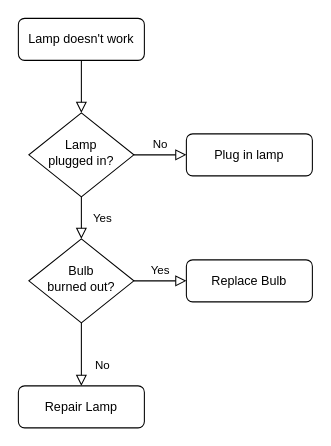
The draw.io diagram Untitled Diagram.drawio in MrNastuki/MrNastuki, before the edit. Source tidied: cells renumbered, new cells numbered last; positions are measured from the earlier drawing's top-left corner, leaving out a move shared by most shapes. Both pictures are drawn from the tidied source at 105%, with x=0, y=0 at pixel (18, 18).
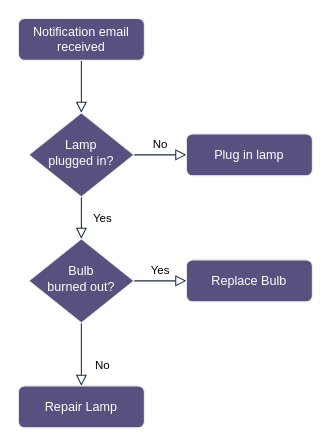
The same page after the edit.

Change to the diagram source:
```diff
@@
 <mxGraphModel>
   <root>
     <mxCell id="0" />
     <mxCell id="1" parent="0" />
-    <mxCell id="2" style="rounded=0;html=1;jettySize=auto;fontSize=11;endArrow=block;endFill=0;endSize=8;strokeWidth=1;shadow=0;labelBackgroundColor=none;edgeStyle=orthogonalEdgeStyle;" parent="1" edge="1" source="3" target="6">
+    <mxCell id="2" style="rounded=0;html=1;jettySize=auto;fontSize=11;endArrow=block;endFill=0;endSize=8;strokeWidth=1;shadow=0;labelBackgroundColor=none;edgeStyle=orthogonalEdgeStyle;strokeColor=#182E3E;fontColor=default;" parent="1" edge="1" source="3" target="6">
       <mxGeometry relative="1" as="geometry" />
     </mxCell>
-    <mxCell id="3" value="Lamp doesn't work" style="rounded=1;whiteSpace=wrap;html=1;fontSize=12;glass=0;strokeWidth=1;shadow=0;" parent="1" vertex="1">
+    <mxCell id="3" value="Notification email received" style="rounded=1;whiteSpace=wrap;html=1;fontSize=12;glass=0;strokeWidth=1;shadow=0;labelBackgroundColor=none;fillColor=#56517E;strokeColor=#EEEEEE;fontColor=#FFFFFF;" parent="1" vertex="1">
       <mxGeometry width="120" height="40" as="geometry" />
     </mxCell>
-    <mxCell id="4" value="Yes" style="rounded=0;html=1;jettySize=auto;fontSize=11;endArrow=block;endFill=0;endSize=8;strokeWidth=1;shadow=0;labelBackgroundColor=none;edgeStyle=orthogonalEdgeStyle;" parent="1" edge="1" source="6" target="10">
+    <mxCell id="4" value="Yes" style="rounded=0;html=1;jettySize=auto;fontSize=11;endArrow=block;endFill=0;endSize=8;strokeWidth=1;shadow=0;labelBackgroundColor=none;edgeStyle=orthogonalEdgeStyle;strokeColor=#182E3E;fontColor=default;" parent="1" edge="1" source="6" target="10">
       <mxGeometry y="20" relative="1" as="geometry" />
     </mxCell>
-    <mxCell id="5" value="No" style="edgeStyle=orthogonalEdgeStyle;rounded=0;html=1;jettySize=auto;fontSize=11;endArrow=block;endFill=0;endSize=8;strokeWidth=1;shadow=0;labelBackgroundColor=none;" parent="1" edge="1" source="6" target="7">
+    <mxCell id="5" value="No" style="edgeStyle=orthogonalEdgeStyle;rounded=0;html=1;jettySize=auto;fontSize=11;endArrow=block;endFill=0;endSize=8;strokeWidth=1;shadow=0;labelBackgroundColor=none;strokeColor=#182E3E;fontColor=default;" parent="1" edge="1" source="6" target="7">
       <mxGeometry y="10" relative="1" as="geometry" />
     </mxCell>
-    <mxCell id="6" value="Lamp&lt;br&gt;plugged in?" style="rhombus;whiteSpace=wrap;html=1;shadow=0;fontFamily=Helvetica;fontSize=12;align=center;strokeWidth=1;spacing=6;spacingTop=-4;" parent="1" vertex="1">
+    <mxCell id="6" value="Lamp&lt;br&gt;plugged in?" style="rhombus;whiteSpace=wrap;html=1;shadow=0;fontFamily=Helvetica;fontSize=12;align=center;strokeWidth=1;spacing=6;spacingTop=-4;labelBackgroundColor=none;fillColor=#56517E;strokeColor=#EEEEEE;fontColor=#FFFFFF;" parent="1" vertex="1">
       <mxGeometry x="10" y="90" width="100" height="80" as="geometry" />
     </mxCell>
-    <mxCell id="7" value="Plug in lamp" style="rounded=1;whiteSpace=wrap;html=1;fontSize=12;glass=0;strokeWidth=1;shadow=0;" parent="1" vertex="1">
+    <mxCell id="7" value="Plug in lamp" style="rounded=1;whiteSpace=wrap;html=1;fontSize=12;glass=0;strokeWidth=1;shadow=0;labelBackgroundColor=none;fillColor=#56517E;strokeColor=#EEEEEE;fontColor=#FFFFFF;" parent="1" vertex="1">
       <mxGeometry x="160" y="110" width="120" height="40" as="geometry" />
     </mxCell>
-    <mxCell id="8" value="No" style="rounded=0;html=1;jettySize=auto;fontSize=11;endArrow=block;endFill=0;endSize=8;strokeWidth=1;shadow=0;labelBackgroundColor=none;edgeStyle=orthogonalEdgeStyle;" parent="1" edge="1" source="10" target="11">
+    <mxCell id="8" value="No" style="rounded=0;html=1;jettySize=auto;fontSize=11;endArrow=block;endFill=0;endSize=8;strokeWidth=1;shadow=0;labelBackgroundColor=none;edgeStyle=orthogonalEdgeStyle;strokeColor=#182E3E;fontColor=default;" parent="1" edge="1" source="10" target="11">
       <mxGeometry x="0.33" y="20" relative="1" as="geometry" />
     </mxCell>
-    <mxCell id="9" value="Yes" style="edgeStyle=orthogonalEdgeStyle;rounded=0;html=1;jettySize=auto;fontSize=11;endArrow=block;endFill=0;endSize=8;strokeWidth=1;shadow=0;labelBackgroundColor=none;" parent="1" edge="1" source="10" target="12">
+    <mxCell id="9" value="Yes" style="edgeStyle=orthogonalEdgeStyle;rounded=0;html=1;jettySize=auto;fontSize=11;endArrow=block;endFill=0;endSize=8;strokeWidth=1;shadow=0;labelBackgroundColor=none;strokeColor=#182E3E;fontColor=default;" parent="1" edge="1" source="10" target="12">
       <mxGeometry y="10" relative="1" as="geometry" />
     </mxCell>
-    <mxCell id="10" value="Bulb&lt;br&gt;burned out?" style="rhombus;whiteSpace=wrap;html=1;shadow=0;fontFamily=Helvetica;fontSize=12;align=center;strokeWidth=1;spacing=6;spacingTop=-4;" parent="1" vertex="1">
+    <mxCell id="10" value="Bulb&lt;br&gt;burned out?" style="rhombus;whiteSpace=wrap;html=1;shadow=0;fontFamily=Helvetica;fontSize=12;align=center;strokeWidth=1;spacing=6;spacingTop=-4;labelBackgroundColor=none;fillColor=#56517E;strokeColor=#EEEEEE;fontColor=#FFFFFF;" parent="1" vertex="1">
       <mxGeometry x="10" y="210" width="100" height="80" as="geometry" />
     </mxCell>
-    <mxCell id="11" value="Repair Lamp" style="rounded=1;whiteSpace=wrap;html=1;fontSize=12;glass=0;strokeWidth=1;shadow=0;" parent="1" vertex="1">
+    <mxCell id="11" value="Repair Lamp" style="rounded=1;whiteSpace=wrap;html=1;fontSize=12;glass=0;strokeWidth=1;shadow=0;labelBackgroundColor=none;fillColor=#56517E;strokeColor=#EEEEEE;fontColor=#FFFFFF;" parent="1" vertex="1">
       <mxGeometry y="350" width="120" height="40" as="geometry" />
     </mxCell>
-    <mxCell id="12" value="Replace Bulb" style="rounded=1;whiteSpace=wrap;html=1;fontSize=12;glass=0;strokeWidth=1;shadow=0;" parent="1" vertex="1">
+    <mxCell id="12" value="Replace Bulb" style="rounded=1;whiteSpace=wrap;html=1;fontSize=12;glass=0;strokeWidth=1;shadow=0;labelBackgroundColor=none;fillColor=#56517E;strokeColor=#EEEEEE;fontColor=#FFFFFF;" parent="1" vertex="1">
       <mxGeometry x="160" y="230" width="120" height="40" as="geometry" />
     </mxCell>
   </root>
 </mxGraphModel>
```
